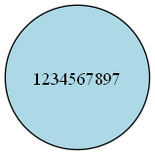
Above: Grupo_campos.png in Gerardo-Mantanico/Sistema-de-gestion-de-contactos (Graphviz), before the change. Its source is kept beside it as Grupo_campos.dot.
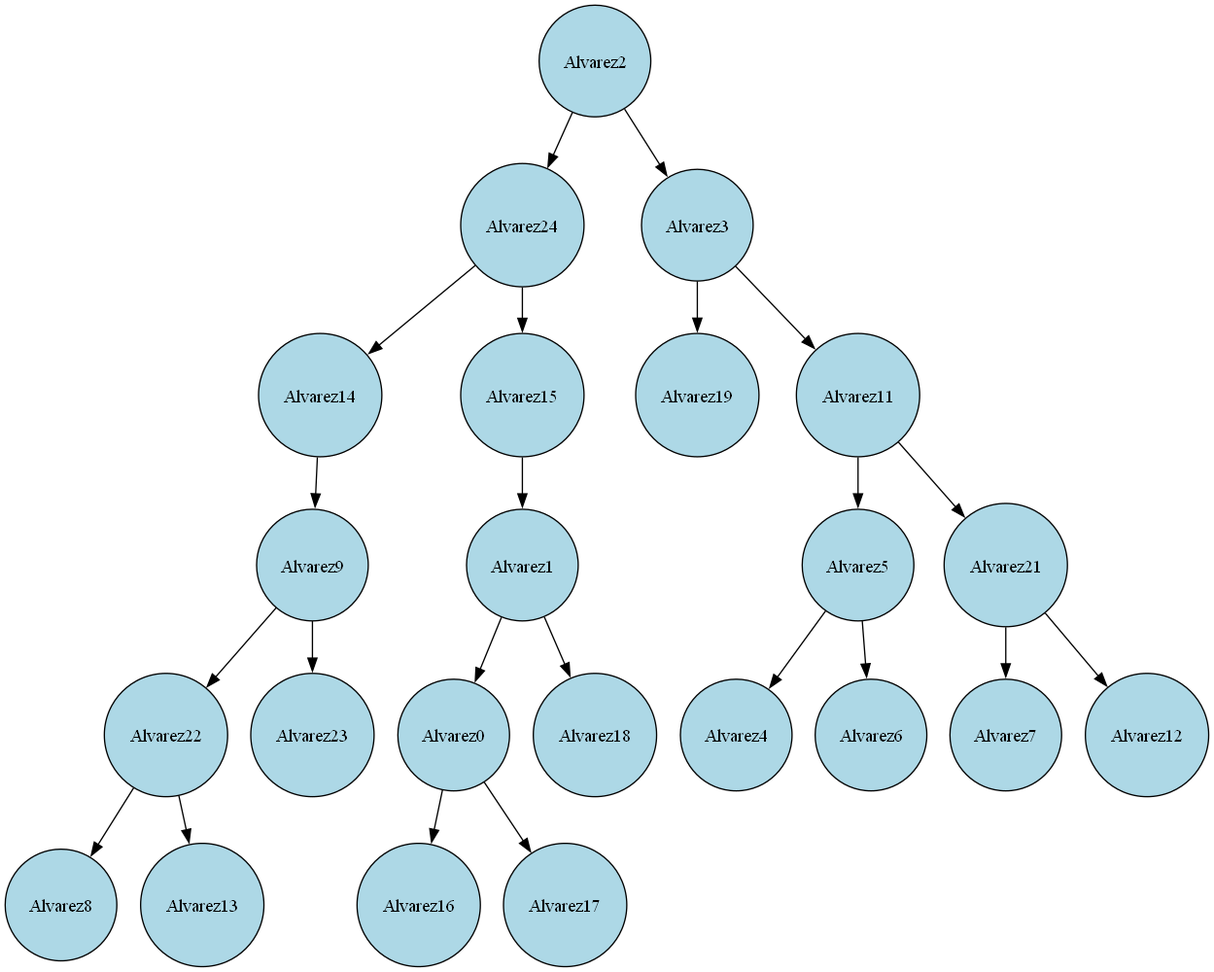
The same file after the commit.

Diff of the diagram source:
```diff
@@ -1,5 +1,49 @@
 digraph G {
     node [shape=circle, style=filled, fillcolor=lightblue, fontcolor=black]; // Configuración de nodos
 
-    95 [label="1234567897"];
+    53 [label="Alvarez2"];
+    53 -> 21;
+    21 [label="Alvarez24"];
+    21 -> 13;
+    13 [label="Alvarez14"];
+    13 -> 9;
+    9 [label="Alvarez9"];
+    9 -> 3;
+    3 [label="Alvarez22"];
+    3 -> 1;
+    1 [label="Alvarez8"];
+    3 -> 4;
+    4 [label="Alvarez13"];
+    9 -> 12;
+    12 [label="Alvarez23"];
+    21 -> 22;
+    22 [label="Alvarez15"];
+    22 -> 45;
+    45 [label="Alvarez1"];
+    45 -> 37;
+    37 [label="Alvarez0"];
+    37 -> 31;
+    31 [label="Alvarez16"];
+    37 -> 40;
+    40 [label="Alvarez17"];
+    45 -> 49;
+    49 [label="Alvarez18"];
+    53 -> 61;
+    61 [label="Alvarez3"];
+    61 -> 58;
+    58 [label="Alvarez19"];
+    61 -> 86;
+    86 [label="Alvarez11"];
+    86 -> 77;
+    77 [label="Alvarez5"];
+    77 -> 69;
+    69 [label="Alvarez4"];
+    77 -> 85;
+    85 [label="Alvarez6"];
+    86 -> 94;
+    94 [label="Alvarez21"];
+    94 -> 93;
+    93 [label="Alvarez7"];
+    94 -> 95;
+    95 [label="Alvarez12"];
 }
```
